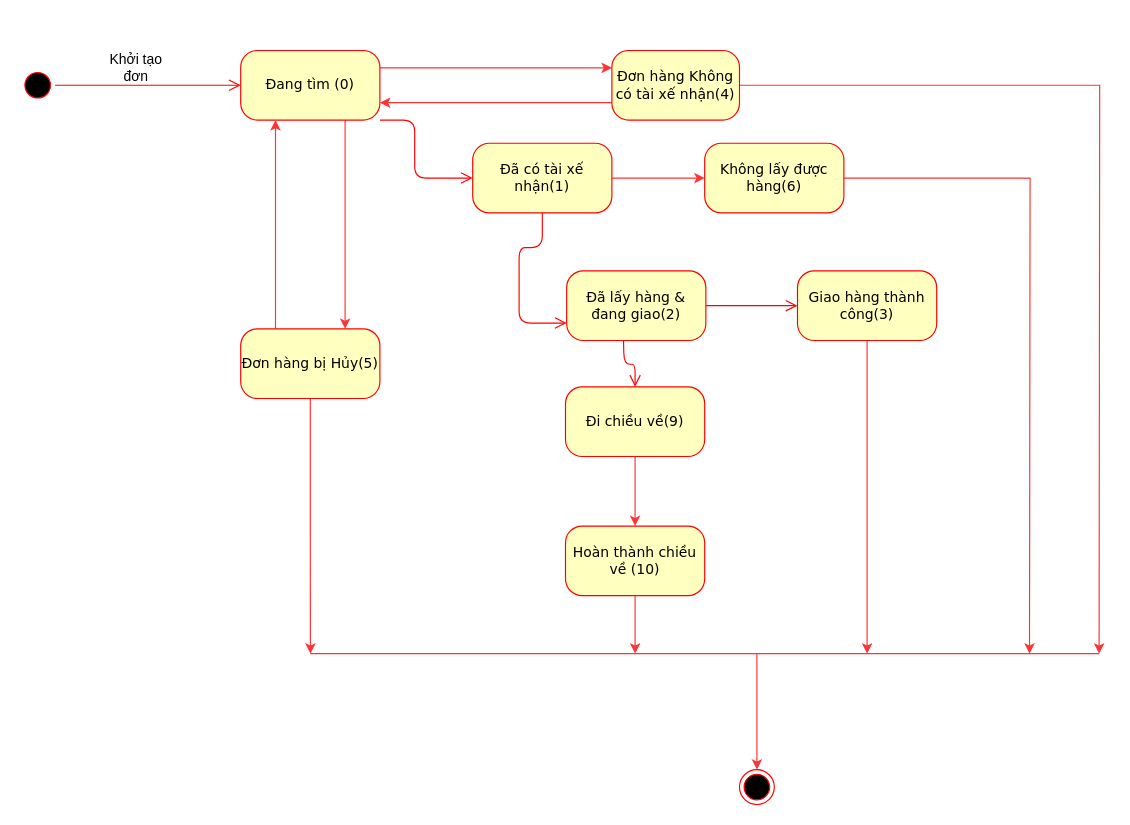
This is Untitled Diagram.drawio from LightKnight3r/TestProject, a draw.io file, before an edit. Source tidied: cells renumbered, new cells numbered last; positions are measured from the earlier drawing's top-left corner, leaving out a move shared by most shapes. Both pictures are drawn from the tidied source at 116%, with x=0, y=0 at pixel (20, 50).
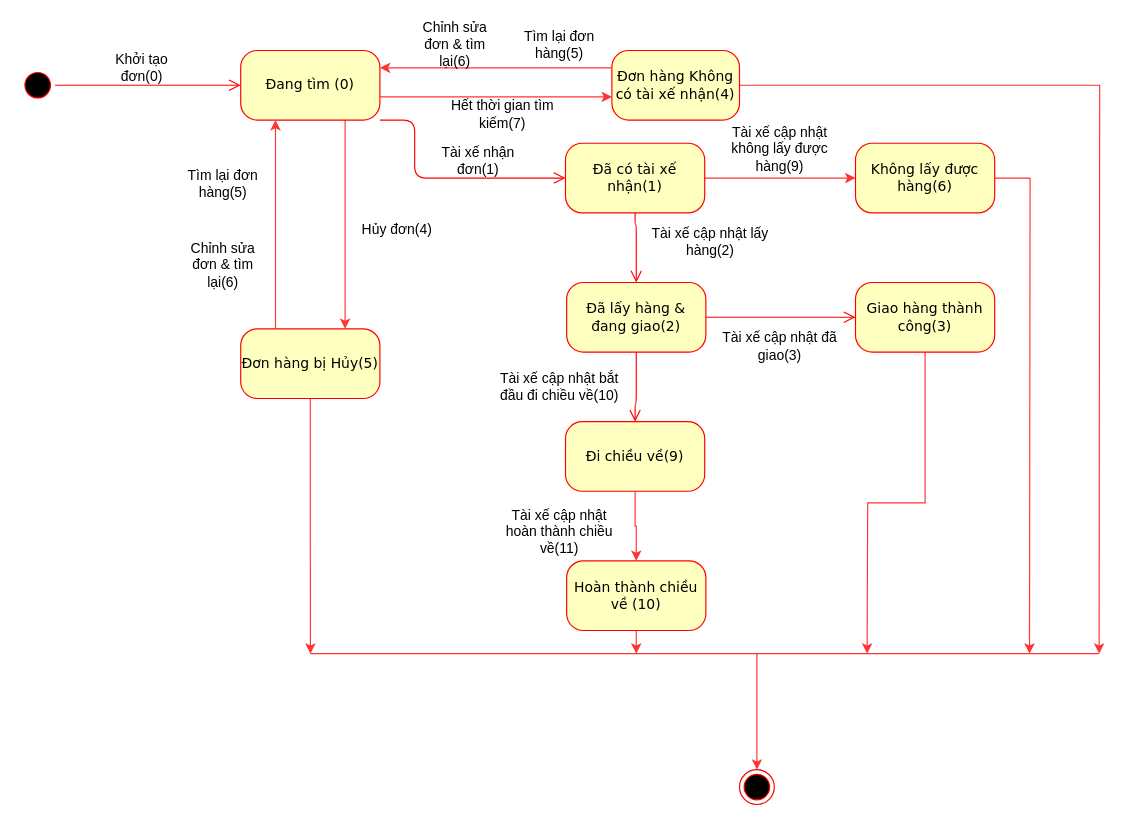
Above is the later version.

Unchanged cells that the change refers to:
```xml
<mxCell id="5" value="Đang tìm (0)" style="rounded=1;whiteSpace=wrap;html=1;arcSize=24;fillColor=#ffffc0;strokeColor=#ff0000;shadow=0;comic=0;labelBackgroundColor=none;fontFamily=Verdana;fontSize=12;fontColor=#000000;align=center;" parent="1" vertex="1">
  <mxGeometry x="190" width="120" height="60" as="geometry" />
</mxCell>
<mxCell id="25" value="Đơn hàng Không có tài xế nhận(4)" style="rounded=1;whiteSpace=wrap;html=1;arcSize=24;fillColor=#ffffc0;strokeColor=#ff0000;shadow=0;comic=0;labelBackgroundColor=none;fontFamily=Verdana;fontSize=12;fontColor=#000000;align=center;" parent="1" vertex="1">
  <mxGeometry x="510" width="110" height="60" as="geometry" />
</mxCell>
```

Diff of the diagram source:
```diff
@@
-    <mxCell id="4" style="edgeStyle=orthogonalEdgeStyle;rounded=0;jettySize=auto;html=1;exitX=1;exitY=0.25;exitDx=0;exitDy=0;entryX=0;entryY=0.25;entryDx=0;entryDy=0;strokeColor=#FF3333;" parent="1" edge="1" source="5" target="25">
-      <mxGeometry relative="1" as="geometry" />
-    </mxCell>
@@
     <mxCell id="7" value="Đã có tài xế nhận(1)" style="rounded=1;whiteSpace=wrap;html=1;arcSize=24;fillColor=#ffffc0;strokeColor=#ff0000;shadow=0;comic=0;labelBackgroundColor=none;fontFamily=Verdana;fontSize=12;fontColor=#000000;align=center;" parent="1" vertex="1">
-      <mxGeometry x="390" y="80" width="120" height="60" as="geometry" />
+      <mxGeometry x="470" y="80" width="120" height="60" as="geometry" />
     </mxCell>
@@
     <mxCell id="9" value="Giao hàng thành công(3)" style="rounded=1;whiteSpace=wrap;html=1;arcSize=24;fillColor=#ffffc0;strokeColor=#ff0000;shadow=0;comic=0;labelBackgroundColor=none;fontFamily=Verdana;fontSize=12;fontColor=#000000;align=center;" parent="1" vertex="1">
-      <mxGeometry x="670" y="190" width="120" height="60" as="geometry" />
+      <mxGeometry x="720" y="200" width="120" height="60" as="geometry" />
     </mxCell>
     <mxCell id="10" value="Đã lấy hàng &amp;amp; đang giao(2)" style="rounded=1;whiteSpace=wrap;html=1;arcSize=24;fillColor=#ffffc0;strokeColor=#ff0000;shadow=0;comic=0;labelBackgroundColor=none;fontFamily=Verdana;fontSize=12;fontColor=#000000;align=center;" parent="1" vertex="1">
-      <mxGeometry x="471" y="190" width="120" height="60" as="geometry" />
+      <mxGeometry x="471" y="200" width="120" height="60" as="geometry" />
     </mxCell>
@@
-    <mxCell id="13" style="edgeStyle=orthogonalEdgeStyle;html=1;entryX=0;entryY=0.75;labelBackgroundColor=none;endArrow=open;endSize=8;strokeColor=#ff0000;fontFamily=Verdana;fontSize=12;align=left;exitX=0.5;exitY=1;entryDx=0;entryDy=0;" parent="1" edge="1" source="7" target="10">
+    <mxCell id="13" style="edgeStyle=orthogonalEdgeStyle;html=1;entryX=0.5;entryY=0;labelBackgroundColor=none;endArrow=open;endSize=8;strokeColor=#ff0000;fontFamily=Verdana;fontSize=12;align=left;exitX=0.5;exitY=1;entryDx=0;entryDy=0;" parent="1" edge="1" source="7" target="10">
       <mxGeometry relative="1" as="geometry">
         <Array as="points">
-          <mxPoint x="450" y="170" />
-          <mxPoint x="430" y="170" />
-          <mxPoint x="430" y="235" />
+          <mxPoint x="530" y="150" />
         </Array>
       </mxGeometry>
     </mxCell>
@@
     <mxCell id="16" value="Đi chiều về(9)" style="rounded=1;whiteSpace=wrap;html=1;arcSize=24;fillColor=#ffffc0;strokeColor=#ff0000;shadow=0;comic=0;labelBackgroundColor=none;fontFamily=Verdana;fontSize=12;fontColor=#000000;align=center;" parent="1" vertex="1">
-      <mxGeometry x="470" y="290" width="120" height="60" as="geometry" />
+      <mxGeometry x="470" y="320" width="120" height="60" as="geometry" />
     </mxCell>
-    <mxCell id="17" style="edgeStyle=orthogonalEdgeStyle;html=1;exitX=1;exitY=0.5;entryX=0.5;entryY=0;labelBackgroundColor=none;endArrow=open;endSize=8;strokeColor=#ff0000;fontFamily=Verdana;fontSize=12;align=left;exitDx=0;exitDy=0;entryDx=0;entryDy=0;" parent="1" edge="1" target="16">
+    <mxCell id="17" style="edgeStyle=orthogonalEdgeStyle;html=1;exitX=0.5;exitY=1;entryX=0.5;entryY=0;labelBackgroundColor=none;endArrow=open;endSize=8;strokeColor=#ff0000;fontFamily=Verdana;fontSize=12;align=left;exitDx=0;exitDy=0;entryDx=0;entryDy=0;" parent="1" edge="1" source="10" target="16">
       <mxGeometry relative="1" as="geometry">
-        <mxPoint x="520" y="250" as="sourcePoint" />
+        <Array as="points">
+          <mxPoint x="530" y="305" />
+        </Array>
       </mxGeometry>
     </mxCell>
@@
     <mxCell id="20" value="Hoàn thành chiều về (10)" style="rounded=1;whiteSpace=wrap;html=1;arcSize=24;fillColor=#ffffc0;strokeColor=#ff0000;shadow=0;comic=0;labelBackgroundColor=none;fontFamily=Verdana;fontSize=12;fontColor=#000000;align=center;" parent="1" vertex="1">
-      <mxGeometry x="470" y="410" width="120" height="60" as="geometry" />
+      <mxGeometry x="471" y="440" width="120" height="60" as="geometry" />
     </mxCell>
@@
     <mxCell id="22" value="Không lấy được hàng(6)" style="rounded=1;whiteSpace=wrap;html=1;arcSize=24;fillColor=#ffffc0;strokeColor=#ff0000;shadow=0;comic=0;labelBackgroundColor=none;fontFamily=Verdana;fontSize=12;fontColor=#000000;align=center;" parent="1" vertex="1">
-      <mxGeometry x="590" y="80" width="120" height="60" as="geometry" />
+      <mxGeometry x="720" y="80" width="120" height="60" as="geometry" />
     </mxCell>
-    <mxCell id="23" style="edgeStyle=orthogonalEdgeStyle;rounded=0;jettySize=auto;html=1;exitX=0;exitY=0.75;exitDx=0;exitDy=0;entryX=1;entryY=0.75;entryDx=0;entryDy=0;strokeColor=#FF3333;" parent="1" edge="1" source="25" target="5">
+    <mxCell id="23" style="edgeStyle=orthogonalEdgeStyle;rounded=0;jettySize=auto;html=1;exitX=0;exitY=0.25;exitDx=0;exitDy=0;entryX=1;entryY=0.25;entryDx=0;entryDy=0;strokeColor=#FF3333;" parent="1" edge="1" source="25" target="5">
       <mxGeometry relative="1" as="geometry" />
     </mxCell>
@@
-    <mxCell id="31" value="Khởi tạo đơn" style="text;html=1;strokeColor=none;fillColor=none;align=center;verticalAlign=middle;whiteSpace=wrap;rounded=0;" parent="1" vertex="1">
-      <mxGeometry x="70" width="60" height="30" as="geometry" />
+    <mxCell id="31" value="Khởi tạo đơn(0)" style="text;html=1;strokeColor=none;fillColor=none;align=center;verticalAlign=middle;whiteSpace=wrap;rounded=0;" parent="1" vertex="1">
+      <mxGeometry x="70" width="70" height="30" as="geometry" />
     </mxCell>
+    <mxCell id="32" value="Tài xế nhận đơn(1)" style="text;html=1;strokeColor=none;fillColor=none;align=center;verticalAlign=middle;whiteSpace=wrap;rounded=0;" parent="1" vertex="1">
+      <mxGeometry x="360" y="80" width="70" height="30" as="geometry" />
+    </mxCell>
+    <mxCell id="33" value="Tài xế cập nhật lấy hàng(2)" style="text;html=1;strokeColor=none;fillColor=none;align=center;verticalAlign=middle;whiteSpace=wrap;rounded=0;" parent="1" vertex="1">
+      <mxGeometry x="540" y="150" width="110" height="30" as="geometry" />
+    </mxCell>
+    <mxCell id="34" value="Tài xế cập nhật đã giao(3)" style="text;html=1;strokeColor=none;fillColor=none;align=center;verticalAlign=middle;whiteSpace=wrap;rounded=0;" parent="1" vertex="1">
+      <mxGeometry x="600" y="240" width="110" height="30" as="geometry" />
+    </mxCell>
+    <mxCell id="35" value="Tài xế cập nhật không lấy được hàng(9)" style="text;html=1;strokeColor=none;fillColor=none;align=center;verticalAlign=middle;whiteSpace=wrap;rounded=0;" parent="1" vertex="1">
+      <mxGeometry x="600" y="70" width="110" height="30" as="geometry" />
+    </mxCell>
+    <mxCell id="36" value="Tài xế cập nhật bắt đầu đi chiều về(10)" style="text;html=1;strokeColor=none;fillColor=none;align=center;verticalAlign=middle;whiteSpace=wrap;rounded=0;" parent="1" vertex="1">
+      <mxGeometry x="410" y="275" width="110" height="30" as="geometry" />
+    </mxCell>
+    <mxCell id="37" value="Tài xế cập nhật hoàn thành chiều về(11)" style="text;html=1;strokeColor=none;fillColor=none;align=center;verticalAlign=middle;whiteSpace=wrap;rounded=0;" parent="1" vertex="1">
+      <mxGeometry x="410" y="400" width="110" height="30" as="geometry" />
+    </mxCell>
+    <mxCell id="38" value="Hủy đơn(4)" style="text;html=1;strokeColor=none;fillColor=none;align=center;verticalAlign=middle;whiteSpace=wrap;rounded=0;" parent="1" vertex="1">
+      <mxGeometry x="290" y="140" width="70" height="30" as="geometry" />
+    </mxCell>
+    <mxCell id="39" value="Tìm lại đơn hàng(5)" style="text;html=1;strokeColor=none;fillColor=none;align=center;verticalAlign=middle;whiteSpace=wrap;rounded=0;" parent="1" vertex="1">
+      <mxGeometry x="140" y="100" width="70" height="30" as="geometry" />
+    </mxCell>
+    <mxCell id="40" value="Chỉnh sửa đơn &amp;amp; tìm lại(6)" style="text;html=1;strokeColor=none;fillColor=none;align=center;verticalAlign=middle;whiteSpace=wrap;rounded=0;" parent="1" vertex="1">
+      <mxGeometry x="140" y="170" width="70" height="30" as="geometry" />
+    </mxCell>
+    <mxCell id="41" style="edgeStyle=orthogonalEdgeStyle;rounded=0;orthogonalLoop=1;jettySize=auto;html=1;exitX=1;exitY=0.25;exitDx=0;exitDy=0;entryX=0;entryY=0.25;entryDx=0;entryDy=0;strokeColor=#FF3333;" parent="1" edge="1">
+      <mxGeometry relative="1" as="geometry">
+        <mxPoint x="310" y="40" as="sourcePoint" />
+        <mxPoint x="510" y="40" as="targetPoint" />
+      </mxGeometry>
+    </mxCell>
+    <mxCell id="42" value="Hết thời gian tìm kiếm(7)" style="text;html=1;strokeColor=none;fillColor=none;align=center;verticalAlign=middle;whiteSpace=wrap;rounded=0;" parent="1" vertex="1">
+      <mxGeometry x="361" y="40" width="110" height="30" as="geometry" />
+    </mxCell>
+    <mxCell id="43" value="Tìm lại đơn hàng(5)" style="text;html=1;strokeColor=none;fillColor=none;align=center;verticalAlign=middle;whiteSpace=wrap;rounded=0;" parent="1" vertex="1">
+      <mxGeometry x="430" y="-20" width="70" height="30" as="geometry" />
+    </mxCell>
+    <mxCell id="44" value="Chỉnh sửa đơn &amp;amp; tìm lại(6)" style="text;html=1;strokeColor=none;fillColor=none;align=center;verticalAlign=middle;whiteSpace=wrap;rounded=0;" parent="1" vertex="1">
+      <mxGeometry x="340" y="-20" width="70" height="30" as="geometry" />
+    </mxCell>
```
